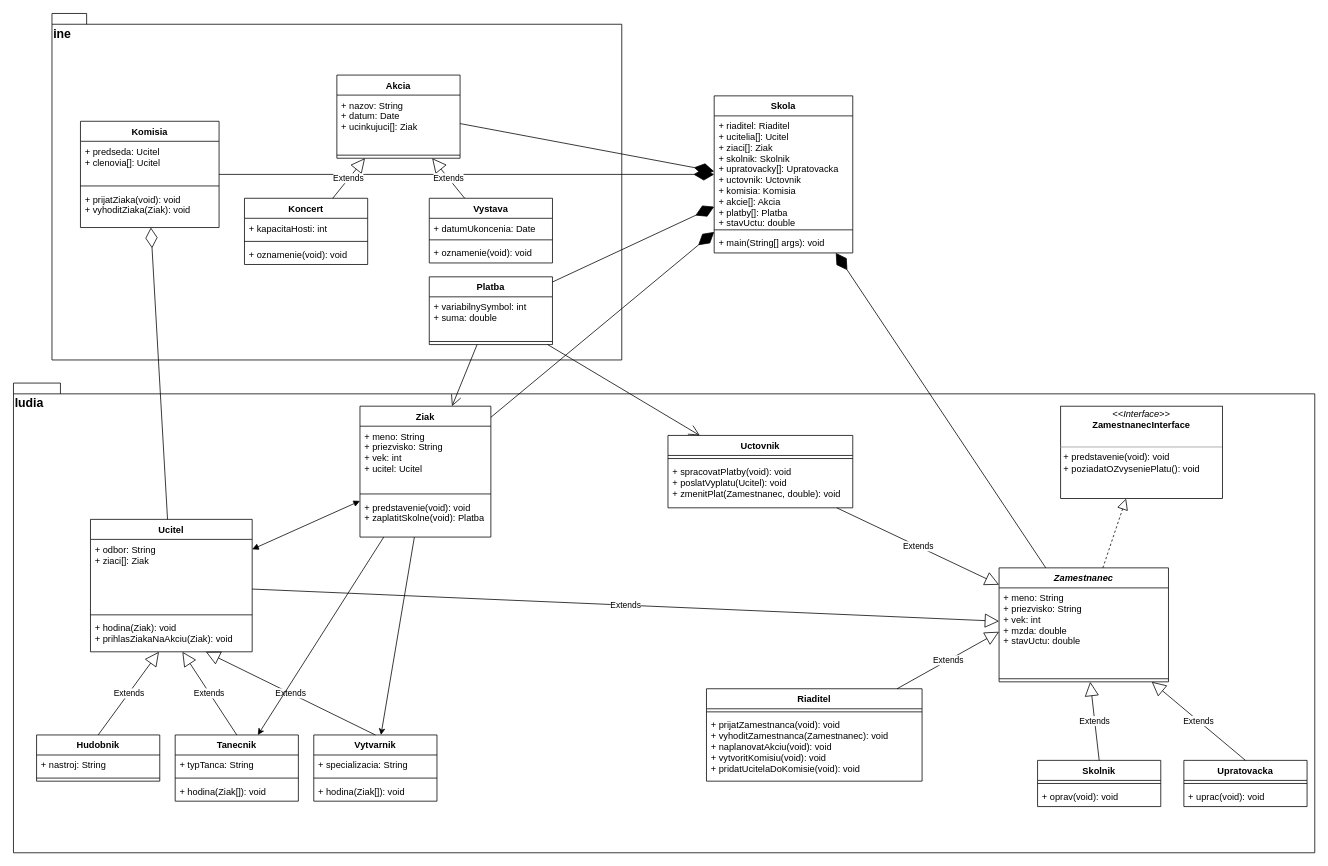
okmada123/draw.io keeps this draw.io diagram as Untitled Diagram.drawio. Above is the earlier version. Source tidied: cells renumbered, new cells numbered last; positions are measured from the earlier drawing's top-left corner, leaving out a move shared by most shapes. Both pictures are drawn from the tidied source at 77%, with x=0, y=0 at pixel (13, 13).
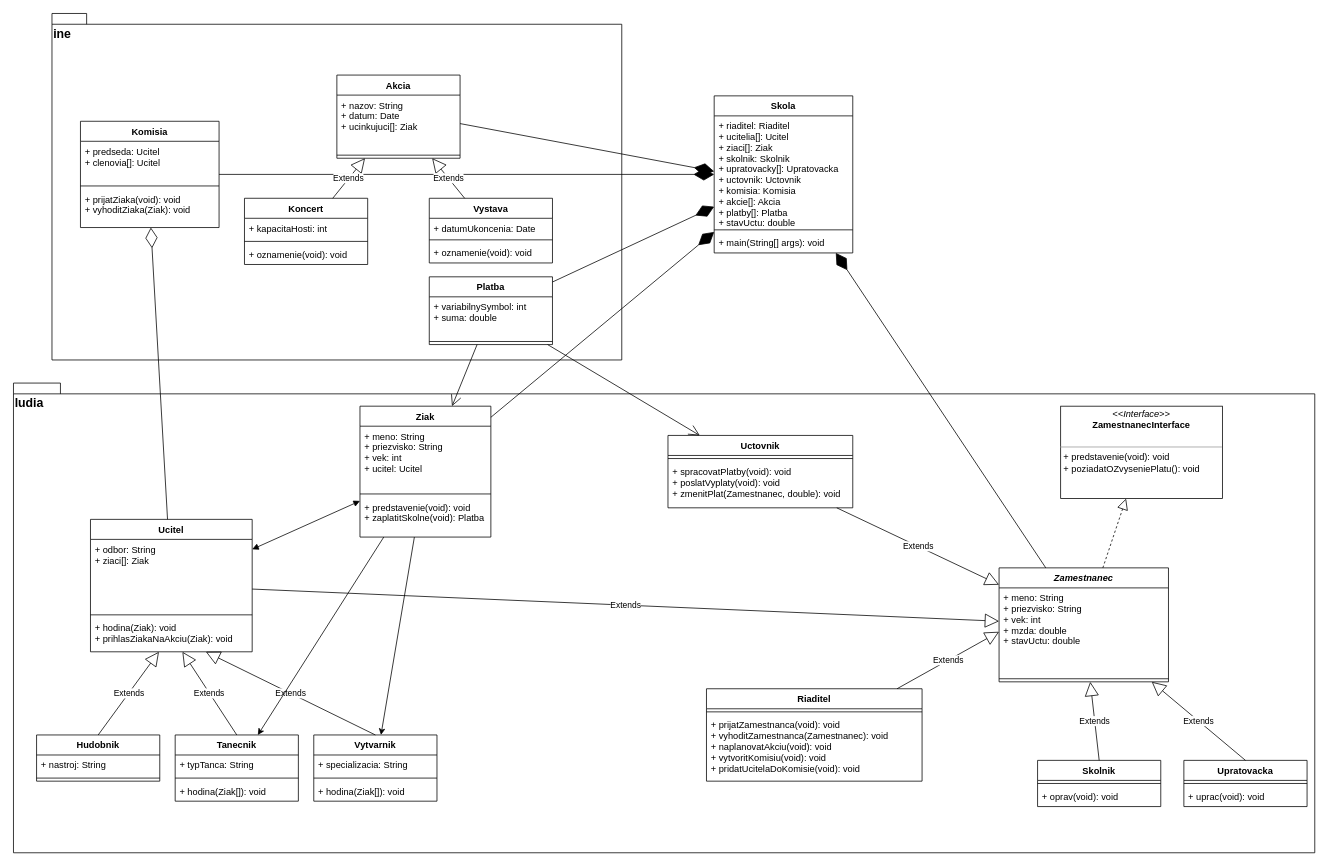
After the change.

Unchanged cells that the change refers to:
```xml
<mxCell id="20" value="Uctovnik" style="swimlane;fontStyle=1;align=center;verticalAlign=top;horizontal=1;startSize=26;" parent="1" vertex="1">
  <mxGeometry x="850" y="548" width="240" height="94" as="geometry" />
</mxCell>
```

The edit, as a diff of the source:
```diff
@@
-    <mxCell id="22" value="+ spracovatPlatby(void): void&#10;+ poslatVyplatu(Ucitel): void&#10;+ zmenitPlat(Zamestnanec, double): void" style="text;strokeColor=none;fillColor=none;align=left;verticalAlign=top;spacingLeft=4;spacingRight=4;overflow=hidden;" parent="20" vertex="1">
+    <mxCell id="22" value="+ spracovatPlatby(void): void&#10;+ poslatVyplaty(void): void&#10;+ zmenitPlat(Zamestnanec, double): void" style="text;strokeColor=none;fillColor=none;align=left;verticalAlign=top;spacingLeft=4;spacingRight=4;overflow=hidden;" parent="20" vertex="1">
       <mxGeometry y="34" width="240" height="60" as="geometry" />
     </mxCell>
```
